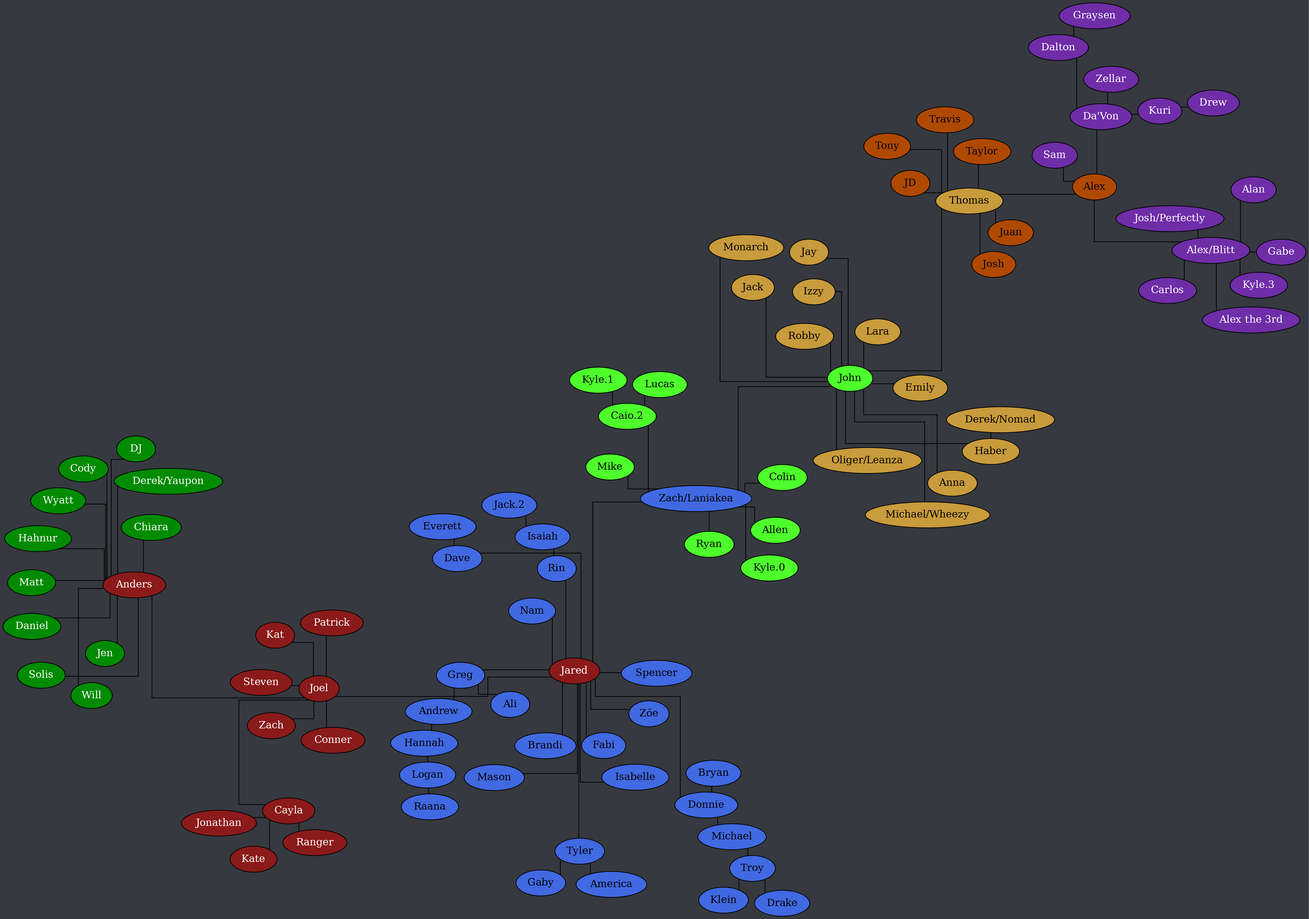
Documidas/CoronaCatzFamilyTree keeps this Graphviz diagram as tree.png. Above is the earlier version. Its source is kept beside it as tree.dot. Its diagram source:
```dot
strict graph {
	layout = neato;
	dpi = 200;
	epsilon = 0.01;
	mode = major;
	model = subset;
	overlap = false;
	splines = ortho;
	start = rand;

	graph [ truecolor=true bgcolor="#36393f" ];
	node [ style=filled fillcolor="gray" fontcolor="black" ];

	subgraph "Joel" {
		node [ style=filled fillcolor="firebrick4" fontcolor="white" ];

		Cayla -- Jonathan;
		Cayla -- Kate;
		Cayla -- Ranger;
		Joel -- Anders;
		Joel -- Cayla;
		Joel -- Conner;
		Joel -- Jared;
		Joel -- Kat;
		Joel -- Patrick;
		Joel -- Steven;
		Joel -- Zach;
	}

	subgraph "Anders" {
		node [ style=filled fillcolor="green4" fontcolor="white" ];

		Anders -- Chiara;
		Anders -- Cody;
		Anders -- Daniel;
		Anders -- "Derek/Yaupon";
		Anders -- DJ;
		Anders -- Hahnur;
		Anders -- Jen;
		Anders -- Matt;
		Anders -- Solis;
		Anders -- Will;
		Anders -- Wyatt;
	}

	subgraph "Jared" {
		node [ style=filled fillcolor="royalblue" fontcolor="black" ];

		Andrew -- Hannah;
		Dave -- Everett;
		Donnie -- Bryan;
		Donnie -- Michael;
		Greg -- Ali;
		Greg -- Andrew;
		Hannah -- Logan;
		Isaiah -- "Jack.2";
		Jared -- Brandi;
		Jared -- Dave;
		Jared -- Donnie;
		Jared -- Fabi;
		Jared -- Greg;
		Jared -- Isabelle;
		Jared -- Mason;
		Jared -- Nam;
		Jared -- Rin;
		Jared -- Spencer;
		Jared -- Tyler;
		Jared -- "Zach/Laniakea";
		Jared -- "Zöe";
		Logan -- Raana;
		Michael -- Troy;
		Rin -- Isaiah;
		Tyler -- America;
		Tyler -- Gaby;
		Troy -- Drake;
		Troy -- Klein;
	}

	subgraph "Zach/Laniakea" {
		node [ style=filled fillcolor="#4eff2c" fontcolor="black" ];

		"Caio.2" -- "Kyle.1";
		"Caio.2" -- Lucas;
		"Zach/Laniakea" -- Allen;
		"Zach/Laniakea" -- "Caio.2";
		"Zach/Laniakea" -- Colin;
		"Zach/Laniakea" -- John;
		"Zach/Laniakea" -- "Kyle.0";
		"Zach/Laniakea" -- Mike;
		"Zach/Laniakea" -- Ryan;
	}

	subgraph "John" {
		node [ style=filled fillcolor="#c89b3c" fontcolor="black" ];

		Haber -- "Derek/Nomad";
		John -- Anna;
		John -- Emily;
		John -- Haber;
		John -- Jay;
		John -- Jack;
		John -- Lara;
		John -- Monarch;
		John -- "Oliger/Leanza";
		John -- Thomas;
	}

	subgraph "John-stream" {
		node [ style=filled fillcolor="#c89b3c" fontcolor="black" ];

		John -- Izzy;
		John -- "Michael/Wheezy";
		John -- Robby;
	}

	subgraph "Thomas" {
		node [ style=filled fillcolor="#b04900" fontcolor="black" ];

		Thomas -- Alex;
		Thomas -- JD;
		Thomas -- Josh;
		Thomas -- Juan;
		Thomas -- Taylor;
		Thomas -- Tony;
		Thomas -- Travis;
	}

	subgraph "Alex" {
		node [ style=filled fillcolor="#6f2da8" fontcolor="white" ];

		Alex -- "Alex/Blitt";
		Alex -- "Da'Von";
		Alex -- Sam;
		"Alex/Blitt" -- Alan;
		"Alex/Blitt" -- "Alex the 3rd";
		"Alex/Blitt" -- Carlos;
		"Alex/Blitt" -- Gabe;
		"Alex/Blitt" -- "Kyle.3";
		"Alex/Blitt" -- "Josh/Perfectly";
		"Da'Von" -- Dalton;
		"Da'Von" -- Kuri;
		"Da'Von" -- Zellar;
		Dalton -- Graysen;
		Kuri -- Drew;
	}
}
```
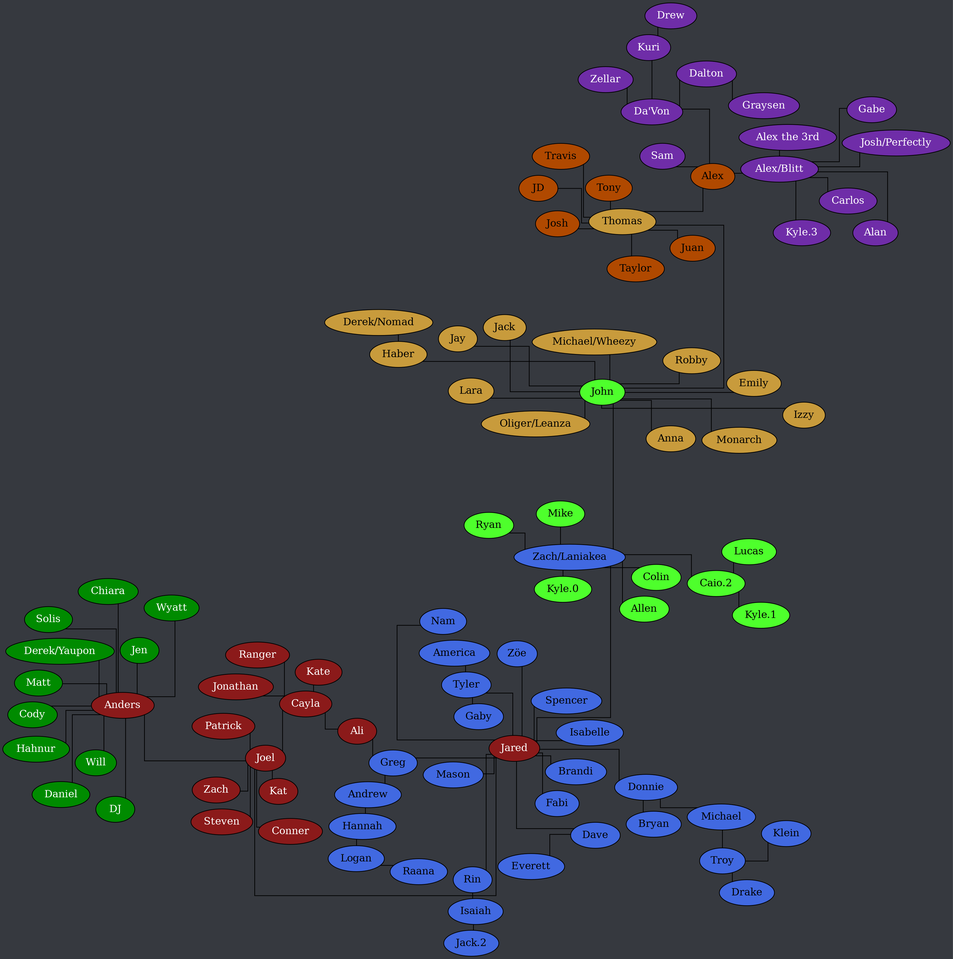
The same diagram one commit later.

What changed in the source:
```diff
@@ -14,6 +14,7 @@
 	subgraph "Joel" {
 		node [ style=filled fillcolor="firebrick4" fontcolor="white" ];
 
+		Cayla -- Ali;
 		Cayla -- Jonathan;
 		Cayla -- Kate;
 		Cayla -- Ranger;
```
